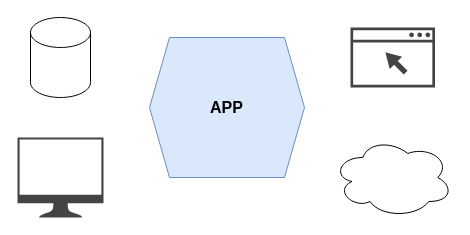
Earlier version of the draw.io diagram page "App" (1 of 8) of diagrams/1.drawio (alicemunsal/dohex). Source tidied: cells renumbered, new cells numbered last; positions are measured from the earlier drawing's top-left corner, leaving out a move shared by most shapes. Both pictures are drawn from the tidied source at 100%, with x=0, y=0 at pixel (17, 17).
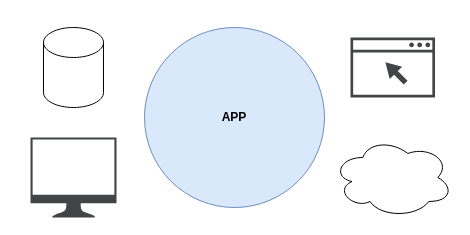
The same diagram, later.

The edit, as a diff of the source:
```diff
@@
 <mxGraphModel>
   <root>
     <mxCell id="0" />
     <mxCell id="1" parent="0" />
-    <mxCell id="2" value="APP" style="shape=hexagon;perimeter=hexagonPerimeter2;whiteSpace=wrap;html=1;fixedSize=1;fillColor=#dae8fc;strokeColor=#6c8ebf;fontStyle=1;fontSize=16;" parent="1" vertex="1">
-      <mxGeometry x="132" y="20" width="155" height="140" as="geometry" />
-    </mxCell>
     <mxCell id="3" style="shape=cylinder3;whiteSpace=wrap;html=1;boundedLbl=1;backgroundOutline=1;size=15;" parent="1" vertex="1">
-      <mxGeometry x="13" width="60" height="80" as="geometry" />
+      <mxGeometry x="26" y="10" width="60" height="80" as="geometry" />
     </mxCell>
     <mxCell id="4" style="ellipse;shape=cloud;whiteSpace=wrap;html=1;" parent="1" vertex="1">
       <mxGeometry x="315.3" y="120" width="120" height="80" as="geometry" />
     </mxCell>
     <mxCell id="5" style="sketch=0;shadow=0;dashed=0;html=1;strokeColor=none;fillColor=#434445;labelPosition=center;verticalLabelPosition=bottom;verticalAlign=top;align=center;shape=mxgraph.vvd.web_browser;" parent="1" vertex="1">
-      <mxGeometry x="333" y="10" width="84.5" height="60" as="geometry" />
+      <mxGeometry x="333" y="20" width="84.5" height="60" as="geometry" />
     </mxCell>
     <mxCell id="6" style="sketch=0;shadow=0;dashed=0;html=1;strokeColor=none;fillColor=#434445;labelPosition=center;verticalLabelPosition=bottom;verticalAlign=top;align=center;shape=mxgraph.vvd.monitor;" parent="1" vertex="1">
-      <mxGeometry y="120" width="86" height="80" as="geometry" />
+      <mxGeometry x="13" y="120" width="86" height="80" as="geometry" />
     </mxCell>
+    <mxCell id="2" value="APP" style="ellipse;whiteSpace=wrap;html=1;fontSize=12;fillColor=#dae8fc;strokeColor=#6c8ebf;fontStyle=1;" parent="1" vertex="1">
+      <mxGeometry x="127" y="10" width="180" height="180" as="geometry" />
+    </mxCell>
   </root>
 </mxGraphModel>
```
